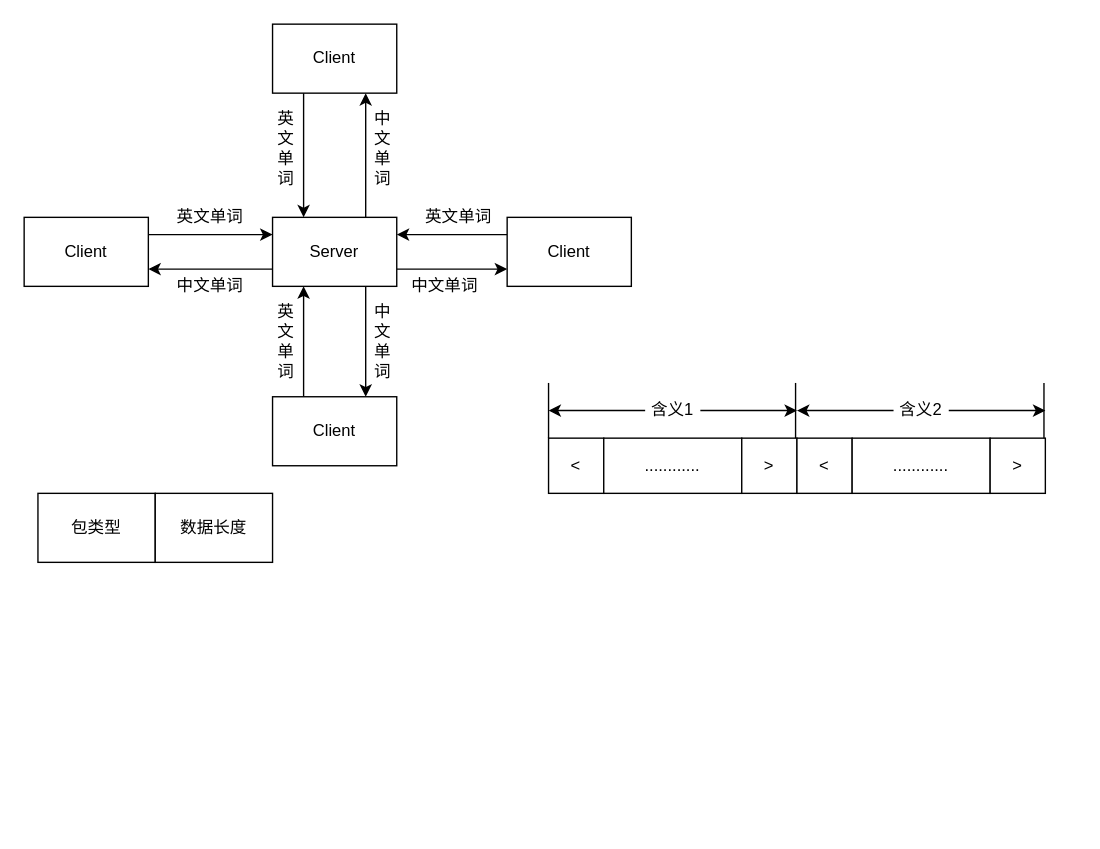
The draw.io diagram translate Diagram.drawio in yangwenlong935/drawio, before the edit. Source tidied: cells renumbered, new cells numbered last; positions are measured from the earlier drawing's top-left corner, leaving out a move shared by most shapes. Both pictures are drawn from the tidied source at 138%, with x=0, y=0 at pixel (23, 23).
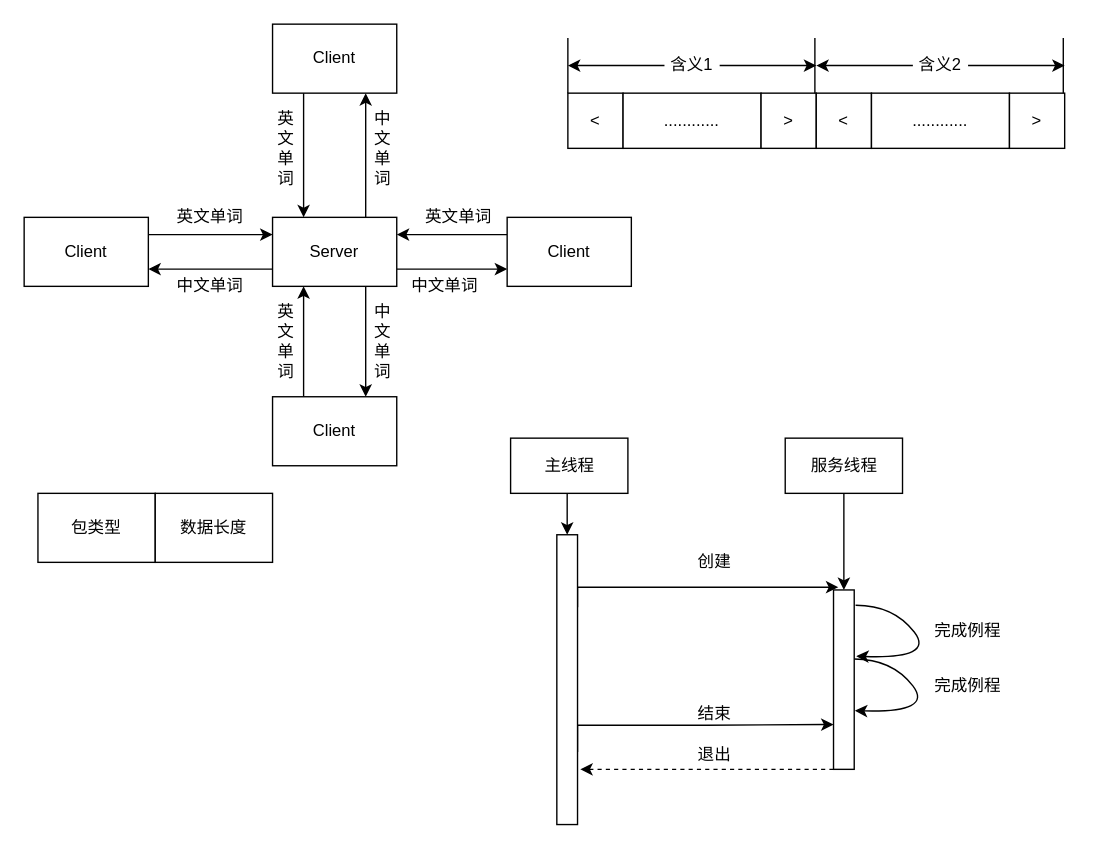
After the change.

What changed in the source:
```diff
@@
     <mxCell id="26" value="&amp;lt;" style="rounded=0;whiteSpace=wrap;html=1;" parent="1" vertex="1">
-      <mxGeometry x="380" y="300" width="40" height="40" as="geometry" />
+      <mxGeometry x="394" y="50" width="40" height="40" as="geometry" />
     </mxCell>
     <mxCell id="27" value="............" style="rounded=0;whiteSpace=wrap;html=1;" parent="1" vertex="1">
-      <mxGeometry x="420" y="300" width="100" height="40" as="geometry" />
+      <mxGeometry x="434" y="50" width="100" height="40" as="geometry" />
     </mxCell>
     <mxCell id="28" value="&amp;gt;" style="rounded=0;whiteSpace=wrap;html=1;" parent="1" vertex="1">
-      <mxGeometry x="520" y="300" width="40" height="40" as="geometry" />
+      <mxGeometry x="534" y="50" width="40" height="40" as="geometry" />
     </mxCell>
     <mxCell id="29" value="&amp;lt;" style="rounded=0;whiteSpace=wrap;html=1;" parent="1" vertex="1">
-      <mxGeometry x="560" y="300" width="40" height="40" as="geometry" />
+      <mxGeometry x="574" y="50" width="40" height="40" as="geometry" />
     </mxCell>
     <mxCell id="30" value="............" style="rounded=0;whiteSpace=wrap;html=1;" parent="1" vertex="1">
-      <mxGeometry x="600" y="300" width="100" height="40" as="geometry" />
+      <mxGeometry x="614" y="50" width="100" height="40" as="geometry" />
     </mxCell>
     <mxCell id="31" value="&amp;gt;" style="rounded=0;whiteSpace=wrap;html=1;" parent="1" vertex="1">
-      <mxGeometry x="700" y="300" width="40" height="40" as="geometry" />
+      <mxGeometry x="714" y="50" width="40" height="40" as="geometry" />
     </mxCell>
     <mxCell id="32" style="endArrow=none;html=1;" parent="1" edge="1">
       <mxGeometry relative="1" as="geometry">
-        <mxPoint x="380" y="300" as="sourcePoint" />
-        <mxPoint x="380" y="260" as="targetPoint" />
+        <mxPoint x="394" y="50" as="sourcePoint" />
+        <mxPoint x="394" y="10" as="targetPoint" />
       </mxGeometry>
     </mxCell>
     <mxCell id="33" style="endArrow=none;html=1;" parent="1" edge="1">
       <mxGeometry relative="1" as="geometry">
-        <mxPoint x="559" y="300" as="sourcePoint" />
-        <mxPoint x="559" y="260" as="targetPoint" />
+        <mxPoint x="573" y="50" as="sourcePoint" />
+        <mxPoint x="573" y="10" as="targetPoint" />
       </mxGeometry>
     </mxCell>
     <mxCell id="34" style="endArrow=none;html=1;" parent="1" edge="1">
       <mxGeometry relative="1" as="geometry">
-        <mxPoint x="739" y="300" as="sourcePoint" />
-        <mxPoint x="739" y="260" as="targetPoint" />
+        <mxPoint x="753" y="50" as="sourcePoint" />
+        <mxPoint x="753" y="10" as="targetPoint" />
       </mxGeometry>
     </mxCell>
     <mxCell id="35" style="edgeStyle=orthogonalEdgeStyle;rounded=0;jettySize=auto;html=1;" parent="1" edge="1" source="37">
       <mxGeometry relative="1" as="geometry">
-        <mxPoint x="560" y="280" as="targetPoint" />
+        <mxPoint x="574" y="30" as="targetPoint" />
       </mxGeometry>
     </mxCell>
     <mxCell id="36" style="edgeStyle=orthogonalEdgeStyle;rounded=0;jettySize=auto;html=1;exitX=0;exitY=0.5;exitDx=0;exitDy=0;" parent="1" edge="1" source="37">
       <mxGeometry relative="1" as="geometry">
-        <mxPoint x="380" y="280" as="targetPoint" />
+        <mxPoint x="394" y="30" as="targetPoint" />
       </mxGeometry>
     </mxCell>
     <mxCell id="37" value="含义1" style="text;html=1;strokeColor=none;fillColor=none;align=center;verticalAlign=middle;whiteSpace=wrap;rounded=0;" parent="1" vertex="1">
-      <mxGeometry x="450" y="270" width="40" height="20" as="geometry" />
+      <mxGeometry x="464" y="20" width="40" height="20" as="geometry" />
     </mxCell>
     <mxCell id="38" style="edgeStyle=orthogonalEdgeStyle;rounded=0;jettySize=auto;html=1;" parent="1" edge="1" source="40">
       <mxGeometry relative="1" as="geometry">
-        <mxPoint x="560" y="280" as="targetPoint" />
+        <mxPoint x="574" y="30" as="targetPoint" />
       </mxGeometry>
     </mxCell>
     <mxCell id="39" style="edgeStyle=orthogonalEdgeStyle;rounded=0;jettySize=auto;html=1;" parent="1" edge="1" source="40">
       <mxGeometry relative="1" as="geometry">
-        <mxPoint x="740" y="280" as="targetPoint" />
+        <mxPoint x="754" y="30" as="targetPoint" />
       </mxGeometry>
     </mxCell>
     <mxCell id="40" value="含义2" style="text;html=1;strokeColor=none;fillColor=none;align=center;verticalAlign=middle;whiteSpace=wrap;rounded=0;" parent="1" vertex="1">
-      <mxGeometry x="630" y="270" width="40" height="20" as="geometry" />
+      <mxGeometry x="644" y="20" width="40" height="20" as="geometry" />
     </mxCell>
+    <mxCell id="41" style="edgeStyle=orthogonalEdgeStyle;rounded=0;jettySize=auto;html=1;exitX=0.5;exitY=1;exitDx=0;exitDy=0;entryX=0.5;entryY=0;entryDx=0;entryDy=0;" parent="1" edge="1" source="42" target="47">
+      <mxGeometry relative="1" as="geometry" />
+    </mxCell>
+    <mxCell id="42" value="主线程" style="rounded=0;whiteSpace=wrap;html=1;" parent="1" vertex="1">
+      <mxGeometry x="352.5" y="300" width="85" height="40" as="geometry" />
+    </mxCell>
+    <mxCell id="43" style="edgeStyle=orthogonalEdgeStyle;rounded=0;jettySize=auto;html=1;exitX=0.5;exitY=1;exitDx=0;exitDy=0;entryX=0.5;entryY=0;entryDx=0;entryDy=0;" parent="1" edge="1" source="44" target="49">
+      <mxGeometry relative="1" as="geometry" />
+    </mxCell>
+    <mxCell id="44" value="服务线程" style="rounded=0;whiteSpace=wrap;html=1;" parent="1" vertex="1">
+      <mxGeometry x="551.5" y="300" width="85" height="40" as="geometry" />
+    </mxCell>
+    <mxCell id="45" style="edgeStyle=orthogonalEdgeStyle;rounded=0;jettySize=auto;html=1;exitX=1;exitY=0.25;exitDx=0;exitDy=0;" parent="1" edge="1" source="47">
+      <mxGeometry relative="1" as="geometry">
+        <mxPoint x="590" y="408" as="targetPoint" />
+        <Array as="points">
+          <mxPoint x="401" y="408" />
+        </Array>
+      </mxGeometry>
+    </mxCell>
+    <mxCell id="46" style="edgeStyle=orthogonalEdgeStyle;rounded=0;jettySize=auto;html=1;exitX=1;exitY=0.75;exitDx=0;exitDy=0;entryX=0;entryY=0.75;entryDx=0;entryDy=0;" parent="1" edge="1" source="47" target="49">
+      <mxGeometry relative="1" as="geometry">
+        <Array as="points">
+          <mxPoint x="401" y="508" />
+          <mxPoint x="494" y="508" />
+        </Array>
+      </mxGeometry>
+    </mxCell>
+    <mxCell id="47" style="rounded=0;whiteSpace=wrap;html=1;" parent="1" vertex="1">
+      <mxGeometry x="386" y="370" width="15" height="210" as="geometry" />
+    </mxCell>
+    <mxCell id="48" style="edgeStyle=orthogonalEdgeStyle;rounded=0;jettySize=auto;html=1;exitX=0;exitY=1;exitDx=0;exitDy=0;dashed=1;" parent="1" edge="1" source="49">
+      <mxGeometry relative="1" as="geometry">
+        <mxPoint x="403" y="540" as="targetPoint" />
+        <Array as="points">
+          <mxPoint x="403" y="540" />
+        </Array>
+      </mxGeometry>
+    </mxCell>
+    <mxCell id="49" style="rounded=0;whiteSpace=wrap;html=1;" parent="1" vertex="1">
+      <mxGeometry x="586.5" y="410" width="15" height="130" as="geometry" />
+    </mxCell>
+    <mxCell id="50" value="创建" style="text;html=1;align=center;verticalAlign=middle;strokeColor=none;" parent="1" vertex="1">
+      <mxGeometry x="480" y="380" width="40" height="20" as="geometry" />
+    </mxCell>
+    <mxCell id="51" style="curved=1;endArrow=classic;html=1;exitX=1.067;exitY=0.085;exitDx=0;exitDy=0;exitPerimeter=0;" parent="1" edge="1" source="49">
+      <mxGeometry relative="1" as="geometry">
+        <mxPoint x="603" y="458" as="targetPoint" />
+        <Array as="points">
+          <mxPoint x="630" y="421" />
+          <mxPoint x="660" y="460" />
+        </Array>
+      </mxGeometry>
+    </mxCell>
+    <mxCell id="52" style="curved=1;endArrow=classic;html=1;entryX=1.1;entryY=0.373;entryDx=0;entryDy=0;exitX=1.067;exitY=0.085;exitDx=0;exitDy=0;exitPerimeter=0;entryPerimeter=0;" parent="1" edge="1">
+      <mxGeometry relative="1" as="geometry">
+        <mxPoint x="601.5" y="460" as="sourcePoint" />
+        <mxPoint x="602" y="497.5" as="targetPoint" />
+        <Array as="points">
+          <mxPoint x="629" y="460" />
+          <mxPoint x="659" y="499" />
+        </Array>
+      </mxGeometry>
+    </mxCell>
+    <mxCell id="53" value="完成例程" style="text;html=1;strokeColor=none;fillColor=none;align=center;verticalAlign=middle;whiteSpace=wrap;rounded=0;" parent="1" vertex="1">
+      <mxGeometry x="654" y="430" width="60" height="20" as="geometry" />
+    </mxCell>
+    <mxCell id="54" value="完成例程" style="text;html=1;strokeColor=none;fillColor=none;align=center;verticalAlign=middle;whiteSpace=wrap;rounded=0;" parent="1" vertex="1">
+      <mxGeometry x="654" y="470" width="60" height="20" as="geometry" />
+    </mxCell>
+    <mxCell id="55" value="结束" style="text;html=1;align=center;verticalAlign=middle;strokeColor=none;" parent="1" vertex="1">
+      <mxGeometry x="480" y="490" width="40" height="20" as="geometry" />
+    </mxCell>
+    <mxCell id="56" value="退出" style="text;html=1;align=center;verticalAlign=middle;strokeColor=none;" parent="1" vertex="1">
+      <mxGeometry x="480" y="520" width="40" height="20" as="geometry" />
+    </mxCell>
```
